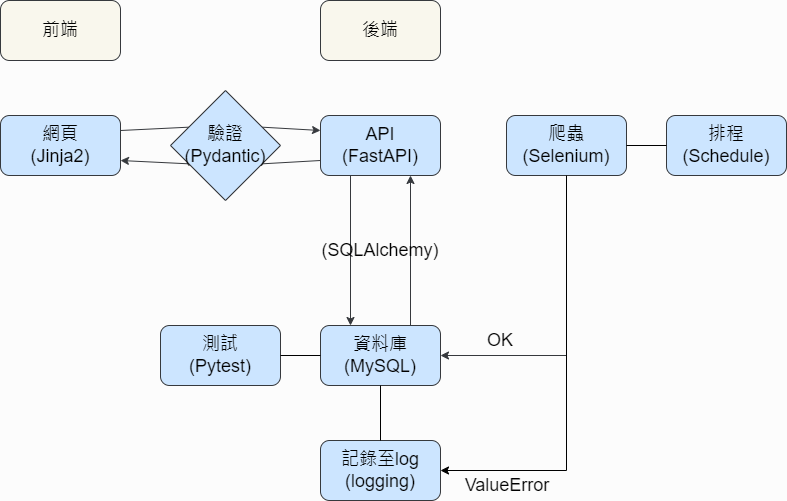
Above: image/架構.png in wosamar/web-crawler (draw.io), before the change. Source tidied: cells renumbered, new cells last; positions are measured from the earlier drawing's top-left corner, leaving out a move shared by most shapes.
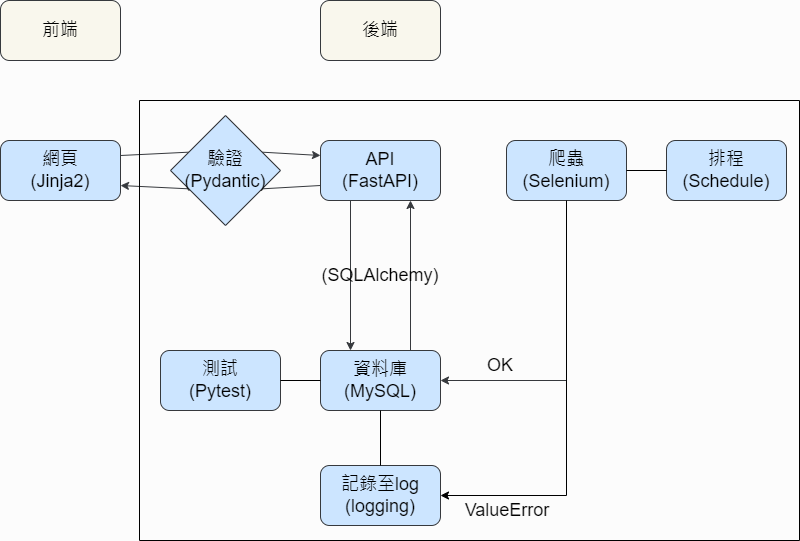
After the change.

The edit, as a diff of the source:
```diff
@@ -3,10 +3,10 @@
     <mxCell id="0" />
     <mxCell id="1" parent="0" />
     <mxCell id="2" value="&lt;font style=&quot;font-size: 18px;&quot;&gt;前端&lt;/font&gt;" style="rounded=1;whiteSpace=wrap;html=1;fillColor=#f9f7ed;strokeColor=#36393d;" parent="1" vertex="1">
-      <mxGeometry width="120" height="60" as="geometry" />
+      <mxGeometry y="-25" width="120" height="60" as="geometry" />
     </mxCell>
     <mxCell id="3" value="&lt;font style=&quot;font-size: 18px;&quot;&gt;後端&lt;/font&gt;" style="rounded=1;whiteSpace=wrap;html=1;fillColor=#f9f7ed;strokeColor=#36393d;" parent="1" vertex="1">
-      <mxGeometry x="320" width="120" height="60" as="geometry" />
+      <mxGeometry x="320" y="-25" width="120" height="60" as="geometry" />
     </mxCell>
     <mxCell id="4" value="爬蟲(Selenium)" style="rounded=1;whiteSpace=wrap;html=1;fontSize=18;fillColor=#cce5ff;strokeColor=#36393d;" parent="1" vertex="1">
       <mxGeometry x="506" y="115" width="120" height="60" as="geometry" />
@@ -83,5 +83,8 @@
     <mxCell id="25" style="endArrow=none;html=1;rounded=0;entryX=1;entryY=0.5;entryDx=0;entryDy=0;" parent="1" edge="1" source="6" target="23">
       <mxGeometry relative="1" as="geometry" />
     </mxCell>
+    <mxCell id="26" style="swimlane;startSize=0;fontSize=18;" parent="1" vertex="1">
+      <mxGeometry x="139" y="75" width="660" height="440" as="geometry" />
+    </mxCell>
   </root>
 </mxGraphModel>
```
